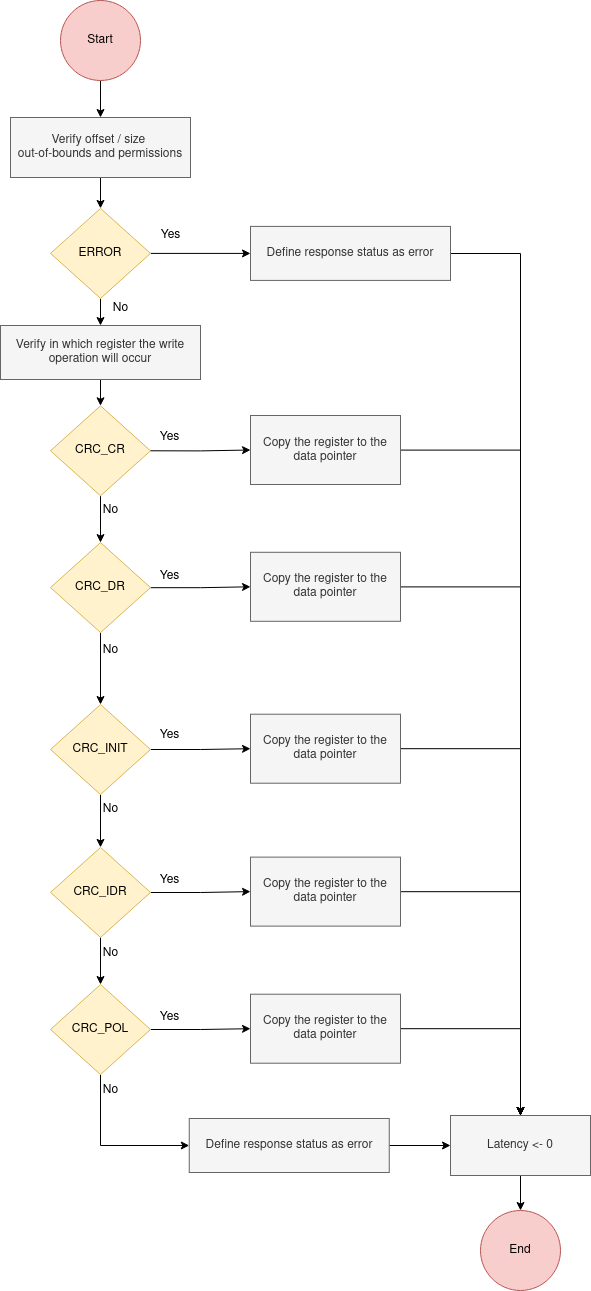
This is Images/CRC_read.png from HugoRibeiro-A88287-UM/MasterThesis, a draw.io export, as it was before one commit. Source tidied: cells renumbered, new cells last; positions are measured from the earlier drawing's top-left corner, leaving out a move shared by most shapes.
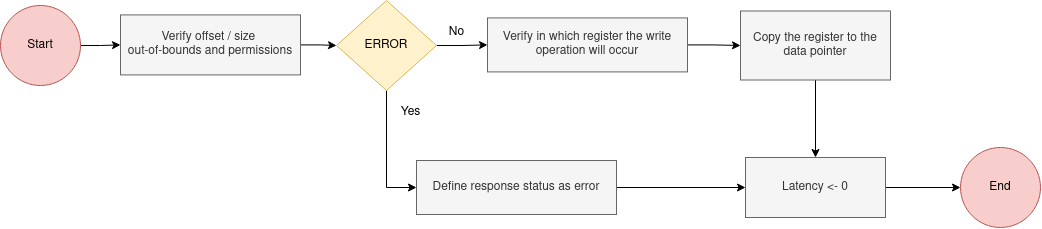
The same file after the commit.

Change to the diagram source:
```diff
@@ -2,172 +2,59 @@
   <root>
     <mxCell id="0" />
     <mxCell id="1" parent="0" />
-    <mxCell id="2" style="edgeStyle=orthogonalEdgeStyle;rounded=0;jettySize=auto;html=1;entryX=0.5;entryY=0;entryDx=0;entryDy=0;" parent="1" edge="1" source="3" target="7">
+    <mxCell id="2" style="edgeStyle=orthogonalEdgeStyle;rounded=0;jettySize=auto;html=1;entryX=0;entryY=0.5;entryDx=0;entryDy=0;" parent="1" edge="1" source="3" target="5">
       <mxGeometry relative="1" as="geometry" />
     </mxCell>
     <mxCell id="3" value="Start" style="ellipse;whiteSpace=wrap;html=1;fillColor=#f8cecc;strokeColor=#b85450;" parent="1" vertex="1">
-      <mxGeometry x="60" width="80" height="80" as="geometry" />
+      <mxGeometry x="-7" y="30" width="80" height="80" as="geometry" />
     </mxCell>
-    <mxCell id="4" value="Yes" style="text;html=1;align=center;verticalAlign=middle;strokeColor=none;fillColor=none;" parent="1" vertex="1">
-      <mxGeometry x="148.8" y="421.9" width="40" height="30" as="geometry" />
+    <mxCell id="4" style="edgeStyle=orthogonalEdgeStyle;rounded=0;jettySize=auto;html=1;" parent="1" edge="1" source="5" target="8">
+      <mxGeometry relative="1" as="geometry" />
     </mxCell>
-    <mxCell id="5" value="No" style="text;html=1;align=center;verticalAlign=middle;points=[];strokeColor=none;fillColor=none;" parent="1" vertex="1">
-      <mxGeometry x="90" y="495.4" width="40" height="30" as="geometry" />
+    <mxCell id="5" value="&lt;div&gt;Verify offset / size&amp;nbsp;&lt;/div&gt;&lt;div&gt;out-of-bounds and permissions&lt;/div&gt;" style="whiteSpace=wrap;html=1;fillColor=#f5f5f5;fontColor=#333333;strokeColor=#666666;" parent="1" vertex="1">
+      <mxGeometry x="113" y="39.4" width="180" height="60" as="geometry" />
     </mxCell>
-    <mxCell id="6" style="edgeStyle=orthogonalEdgeStyle;rounded=0;jettySize=auto;html=1;" parent="1" edge="1" source="7" target="10">
+    <mxCell id="6" style="edgeStyle=orthogonalEdgeStyle;rounded=0;jettySize=auto;html=1;entryX=0;entryY=0.5;entryDx=0;entryDy=0;" parent="1" edge="1" source="8" target="13">
       <mxGeometry relative="1" as="geometry" />
     </mxCell>
-    <mxCell id="7" value="&lt;div&gt;Verify offset / size&amp;nbsp;&lt;/div&gt;&lt;div&gt;out-of-bounds and permissions&lt;/div&gt;" style="whiteSpace=wrap;html=1;fillColor=#f5f5f5;fontColor=#333333;strokeColor=#666666;" parent="1" vertex="1">
-      <mxGeometry x="10" y="117" width="180" height="60" as="geometry" />
+    <mxCell id="7" style="edgeStyle=orthogonalEdgeStyle;rounded=0;jettySize=auto;html=1;entryX=0;entryY=0.5;entryDx=0;entryDy=0;" parent="1" edge="1" source="8" target="17">
+      <mxGeometry relative="1" as="geometry" />
     </mxCell>
-    <mxCell id="8" style="edgeStyle=orthogonalEdgeStyle;rounded=0;jettySize=auto;html=1;" parent="1" edge="1" source="10" target="21">
-      <mxGeometry relative="1" as="geometry" />
+    <mxCell id="8" value="ERROR" style="rhombus;whiteSpace=wrap;html=1;fillColor=#fff2cc;strokeColor=#d6b656;" parent="1" vertex="1">
+      <mxGeometry x="329" y="25" width="100" height="90" as="geometry" />
     </mxCell>
-    <mxCell id="9" style="edgeStyle=orthogonalEdgeStyle;rounded=0;jettySize=auto;html=1;entryX=0.5;entryY=0;entryDx=0;entryDy=0;" parent="1" edge="1" source="10" target="44">
-      <mxGeometry relative="1" as="geometry" />
+    <mxCell id="9" value="End" style="ellipse;whiteSpace=wrap;html=1;rounded=0;fillColor=#f8cecc;strokeColor=#b85450;" parent="1" vertex="1">
+      <mxGeometry x="953" y="172" width="80" height="80" as="geometry" />
     </mxCell>
-    <mxCell id="10" value="ERROR" style="rhombus;whiteSpace=wrap;html=1;fillColor=#fff2cc;strokeColor=#d6b656;" parent="1" vertex="1">
-      <mxGeometry x="50" y="207.9" width="100" height="90" as="geometry" />
+    <mxCell id="10" style="edgeStyle=orthogonalEdgeStyle;rounded=0;jettySize=auto;html=1;" parent="1" edge="1" source="11" target="15">
+      <mxGeometry relative="1" as="geometry" />
     </mxCell>
-    <mxCell id="11" style="edgeStyle=orthogonalEdgeStyle;rounded=0;jettySize=auto;html=1;entryX=0.5;entryY=0;entryDx=0;entryDy=0;" parent="1" edge="1" source="12" target="36">
-      <mxGeometry relative="1" as="geometry" />
+    <mxCell id="11" value="Copy the register to the data pointer" style="whiteSpace=wrap;html=1;fillColor=#f5f5f5;fontColor=#333333;strokeColor=#666666;" parent="1" vertex="1">
+      <mxGeometry x="733" y="35.5" width="150" height="69" as="geometry" />
     </mxCell>
-    <mxCell id="12" value="CRC_CR" style="rhombus;whiteSpace=wrap;html=1;fillColor=#fff2cc;strokeColor=#d6b656;" parent="1" vertex="1">
-      <mxGeometry x="50" y="405.3" width="100" height="90" as="geometry" />
+    <mxCell id="12" style="edgeStyle=orthogonalEdgeStyle;rounded=0;jettySize=auto;html=1;entryX=0;entryY=0.5;entryDx=0;entryDy=0;" parent="1" edge="1" source="13" target="15">
+      <mxGeometry relative="1" as="geometry" />
     </mxCell>
-    <mxCell id="13" style="edgeStyle=orthogonalEdgeStyle;rounded=0;jettySize=auto;html=1;entryX=0;entryY=0.5;entryDx=0;entryDy=0;" parent="1" edge="1" source="15" target="23">
-      <mxGeometry relative="1" as="geometry" />
+    <mxCell id="13" value="Define response status as error" style="whiteSpace=wrap;html=1;fillColor=#f5f5f5;strokeColor=#666666;fontColor=#333333;" parent="1" vertex="1">
+      <mxGeometry x="409" y="185" width="200" height="54" as="geometry" />
     </mxCell>
-    <mxCell id="14" style="edgeStyle=orthogonalEdgeStyle;rounded=0;jettySize=auto;html=1;" parent="1" edge="1" source="15" target="26">
+    <mxCell id="14" style="edgeStyle=orthogonalEdgeStyle;rounded=0;jettySize=auto;html=1;entryX=0;entryY=0.5;entryDx=0;entryDy=0;" parent="1" edge="1" source="15" target="9">
       <mxGeometry relative="1" as="geometry" />
     </mxCell>
-    <mxCell id="15" value="CRC_INIT" style="rhombus;whiteSpace=wrap;html=1;fillColor=#fff2cc;strokeColor=#d6b656;" parent="1" vertex="1">
-      <mxGeometry x="50" y="704" width="100" height="90" as="geometry" />
+    <mxCell id="15" value="Latency &amp;lt;- 0" style="whiteSpace=wrap;html=1;fillColor=#f5f5f5;strokeColor=#666666;fontColor=#333333;" parent="1" vertex="1">
+      <mxGeometry x="738" y="182" width="140" height="60" as="geometry" />
     </mxCell>
-    <mxCell id="16" style="edgeStyle=orthogonalEdgeStyle;rounded=0;jettySize=auto;html=1;entryX=0;entryY=0.5;entryDx=0;entryDy=0;exitX=1;exitY=0.5;exitDx=0;exitDy=0;" parent="1" edge="1" source="12" target="19">
+    <mxCell id="16" style="edgeStyle=orthogonalEdgeStyle;rounded=0;jettySize=auto;html=1;entryX=0;entryY=0.5;entryDx=0;entryDy=0;exitX=1;exitY=0.5;exitDx=0;exitDy=0;" parent="1" edge="1" source="17" target="11">
       <mxGeometry relative="1" as="geometry" />
     </mxCell>
-    <mxCell id="17" value="End" style="ellipse;whiteSpace=wrap;html=1;rounded=0;fillColor=#f8cecc;strokeColor=#b85450;" parent="1" vertex="1">
-      <mxGeometry x="480" y="1210" width="80" height="80" as="geometry" />
+    <mxCell id="17" value="Verify in which register the write operation will occur" style="whiteSpace=wrap;html=1;fillColor=#f5f5f5;strokeColor=#666666;fontColor=#333333;" parent="1" vertex="1">
+      <mxGeometry x="480" y="42.4" width="200" height="54" as="geometry" />
     </mxCell>
-    <mxCell id="18" style="edgeStyle=orthogonalEdgeStyle;rounded=0;jettySize=auto;html=1;entryX=0.5;entryY=0;entryDx=0;entryDy=0;" parent="1" edge="1" source="19" target="42">
-      <mxGeometry relative="1" as="geometry" />
+    <mxCell id="18" value="Yes" style="text;html=1;align=center;verticalAlign=middle;strokeColor=none;fillColor=none;" parent="1" vertex="1">
+      <mxGeometry x="383" y="121.6" width="40" height="30" as="geometry" />
     </mxCell>
-    <mxCell id="19" value="Copy the register to the data pointer" style="whiteSpace=wrap;html=1;fillColor=#f5f5f5;fontColor=#333333;strokeColor=#666666;" parent="1" vertex="1">
-      <mxGeometry x="250" y="415" width="150" height="69" as="geometry" />
+    <mxCell id="19" value="No" style="text;html=1;align=center;verticalAlign=middle;points=[];strokeColor=none;fillColor=none;" parent="1" vertex="1">
+      <mxGeometry x="429" y="42.4" width="40" height="30" as="geometry" />
     </mxCell>
-    <mxCell id="20" style="edgeStyle=orthogonalEdgeStyle;rounded=0;jettySize=auto;html=1;entryX=0.5;entryY=0;entryDx=0;entryDy=0;" parent="1" edge="1" source="21" target="42">
-      <mxGeometry relative="1" as="geometry">
-        <Array as="points">
-          <mxPoint x="520" y="253" />
-        </Array>
-      </mxGeometry>
-    </mxCell>
-    <mxCell id="21" value="Define response status as error" style="whiteSpace=wrap;html=1;fillColor=#f5f5f5;strokeColor=#666666;fontColor=#333333;" parent="1" vertex="1">
-      <mxGeometry x="250" y="225.9" width="200" height="54" as="geometry" />
-    </mxCell>
-    <mxCell id="22" style="edgeStyle=orthogonalEdgeStyle;rounded=0;jettySize=auto;html=1;entryX=0.5;entryY=0;entryDx=0;entryDy=0;" parent="1" edge="1" source="23" target="42">
-      <mxGeometry relative="1" as="geometry" />
-    </mxCell>
-    <mxCell id="23" value="Copy the register to the data pointer" style="whiteSpace=wrap;html=1;fillColor=#f5f5f5;fontColor=#333333;strokeColor=#666666;" parent="1" vertex="1">
-      <mxGeometry x="250" y="713.7" width="150" height="69" as="geometry" />
-    </mxCell>
-    <mxCell id="24" style="edgeStyle=orthogonalEdgeStyle;rounded=0;jettySize=auto;html=1;entryX=0;entryY=0.5;entryDx=0;entryDy=0;" parent="1" edge="1" source="26" target="28">
-      <mxGeometry relative="1" as="geometry" />
-    </mxCell>
-    <mxCell id="25" style="edgeStyle=orthogonalEdgeStyle;rounded=0;jettySize=auto;html=1;" parent="1" edge="1" source="26" target="31">
-      <mxGeometry relative="1" as="geometry" />
-    </mxCell>
-    <mxCell id="26" value="CRC_IDR" style="rhombus;whiteSpace=wrap;html=1;fillColor=#fff2cc;strokeColor=#d6b656;" parent="1" vertex="1">
-      <mxGeometry x="50" y="846.9" width="100" height="90" as="geometry" />
-    </mxCell>
-    <mxCell id="27" style="edgeStyle=orthogonalEdgeStyle;rounded=0;jettySize=auto;html=1;entryX=0.5;entryY=0;entryDx=0;entryDy=0;" parent="1" edge="1" source="28" target="42">
-      <mxGeometry relative="1" as="geometry" />
-    </mxCell>
-    <mxCell id="28" value="Copy the register to the data pointer" style="whiteSpace=wrap;html=1;fillColor=#f5f5f5;fontColor=#333333;strokeColor=#666666;" parent="1" vertex="1">
-      <mxGeometry x="250" y="856.6" width="150" height="69" as="geometry" />
-    </mxCell>
-    <mxCell id="29" style="edgeStyle=orthogonalEdgeStyle;rounded=0;jettySize=auto;html=1;entryX=0;entryY=0.5;entryDx=0;entryDy=0;" parent="1" edge="1" source="31" target="33">
-      <mxGeometry relative="1" as="geometry" />
-    </mxCell>
-    <mxCell id="30" style="edgeStyle=orthogonalEdgeStyle;rounded=0;jettySize=auto;html=1;entryX=0;entryY=0.5;entryDx=0;entryDy=0;" parent="1" edge="1" source="31" target="40">
-      <mxGeometry relative="1" as="geometry">
-        <Array as="points">
-          <mxPoint x="100" y="1145.4" />
-        </Array>
-      </mxGeometry>
-    </mxCell>
-    <mxCell id="31" value="CRC_POL" style="rhombus;whiteSpace=wrap;html=1;fillColor=#fff2cc;strokeColor=#d6b656;" parent="1" vertex="1">
-      <mxGeometry x="50" y="984" width="100" height="90" as="geometry" />
-    </mxCell>
-    <mxCell id="32" style="edgeStyle=orthogonalEdgeStyle;rounded=0;jettySize=auto;html=1;entryX=0.5;entryY=0;entryDx=0;entryDy=0;" parent="1" edge="1" source="33" target="42">
-      <mxGeometry relative="1" as="geometry" />
-    </mxCell>
-    <mxCell id="33" value="Copy the register to the data pointer" style="whiteSpace=wrap;html=1;fillColor=#f5f5f5;fontColor=#333333;strokeColor=#666666;" parent="1" vertex="1">
-      <mxGeometry x="250" y="993.7" width="150" height="69" as="geometry" />
-    </mxCell>
-    <mxCell id="34" style="edgeStyle=orthogonalEdgeStyle;rounded=0;jettySize=auto;html=1;entryX=0;entryY=0.5;entryDx=0;entryDy=0;" parent="1" edge="1" source="36" target="38">
-      <mxGeometry relative="1" as="geometry" />
-    </mxCell>
-    <mxCell id="35" style="edgeStyle=orthogonalEdgeStyle;rounded=0;jettySize=auto;html=1;entryX=0.5;entryY=0;entryDx=0;entryDy=0;" parent="1" edge="1" source="36" target="15">
-      <mxGeometry relative="1" as="geometry" />
-    </mxCell>
-    <mxCell id="36" value="CRC_DR" style="rhombus;whiteSpace=wrap;html=1;fillColor=#fff2cc;strokeColor=#d6b656;" parent="1" vertex="1">
-      <mxGeometry x="50" y="542.1" width="100" height="90" as="geometry" />
-    </mxCell>
-    <mxCell id="37" style="edgeStyle=orthogonalEdgeStyle;rounded=0;jettySize=auto;html=1;entryX=0.5;entryY=0;entryDx=0;entryDy=0;" parent="1" edge="1" source="38" target="42">
-      <mxGeometry relative="1" as="geometry" />
-    </mxCell>
-    <mxCell id="38" value="Copy the register to the data pointer" style="whiteSpace=wrap;html=1;fillColor=#f5f5f5;fontColor=#333333;strokeColor=#666666;" parent="1" vertex="1">
-      <mxGeometry x="250" y="551.8" width="150" height="69" as="geometry" />
-    </mxCell>
-    <mxCell id="39" style="edgeStyle=orthogonalEdgeStyle;rounded=0;jettySize=auto;html=1;entryX=0;entryY=0.5;entryDx=0;entryDy=0;" parent="1" edge="1" source="40" target="42">
-      <mxGeometry relative="1" as="geometry" />
-    </mxCell>
-    <mxCell id="40" value="Define response status as error" style="whiteSpace=wrap;html=1;fillColor=#f5f5f5;strokeColor=#666666;fontColor=#333333;" parent="1" vertex="1">
-      <mxGeometry x="188.8" y="1118" width="200" height="54" as="geometry" />
-    </mxCell>
-    <mxCell id="41" style="edgeStyle=orthogonalEdgeStyle;rounded=0;jettySize=auto;html=1;entryX=0.5;entryY=0;entryDx=0;entryDy=0;" parent="1" edge="1" source="42" target="17">
-      <mxGeometry relative="1" as="geometry" />
-    </mxCell>
-    <mxCell id="42" value="Latency &amp;lt;- 0" style="whiteSpace=wrap;html=1;fillColor=#f5f5f5;strokeColor=#666666;fontColor=#333333;" parent="1" vertex="1">
-      <mxGeometry x="450" y="1115" width="140" height="60" as="geometry" />
-    </mxCell>
-    <mxCell id="43" style="edgeStyle=orthogonalEdgeStyle;rounded=0;jettySize=auto;html=1;entryX=0.5;entryY=0;entryDx=0;entryDy=0;" parent="1" edge="1" source="44" target="12">
-      <mxGeometry relative="1" as="geometry" />
-    </mxCell>
-    <mxCell id="44" value="Verify in which register the write operation will occur" style="whiteSpace=wrap;html=1;fillColor=#f5f5f5;strokeColor=#666666;fontColor=#333333;" parent="1" vertex="1">
-      <mxGeometry y="325" width="200" height="54" as="geometry" />
-    </mxCell>
-    <mxCell id="45" value="Yes" style="text;html=1;align=center;verticalAlign=middle;strokeColor=none;fillColor=none;" parent="1" vertex="1">
-      <mxGeometry x="150" y="220" width="40" height="30" as="geometry" />
-    </mxCell>
-    <mxCell id="46" value="No" style="text;html=1;align=center;verticalAlign=middle;strokeColor=none;fillColor=none;" parent="1" vertex="1">
-      <mxGeometry x="100" y="292.9" width="40" height="30" as="geometry" />
-    </mxCell>
-    <mxCell id="47" value="Yes" style="text;html=1;align=center;verticalAlign=middle;strokeColor=none;fillColor=none;" parent="1" vertex="1">
-      <mxGeometry x="148.8" y="561.2" width="40" height="30" as="geometry" />
-    </mxCell>
-    <mxCell id="48" value="No" style="text;html=1;align=center;verticalAlign=middle;strokeColor=none;fillColor=none;" parent="1" vertex="1">
-      <mxGeometry x="90" y="634.6" width="40" height="30" as="geometry" />
-    </mxCell>
-    <mxCell id="49" value="Yes" style="text;html=1;align=center;verticalAlign=middle;strokeColor=none;fillColor=none;" parent="1" vertex="1">
-      <mxGeometry x="148.8" y="720.4" width="40" height="30" as="geometry" />
-    </mxCell>
-    <mxCell id="50" value="No" style="text;html=1;align=center;verticalAlign=middle;strokeColor=none;fillColor=none;" parent="1" vertex="1">
-      <mxGeometry x="90" y="793.9" width="40" height="30" as="geometry" />
-    </mxCell>
-    <mxCell id="51" value="Yes" style="text;html=1;align=center;verticalAlign=middle;strokeColor=none;fillColor=none;" parent="1" vertex="1">
-      <mxGeometry x="148.8" y="865" width="40" height="30" as="geometry" />
-    </mxCell>
-    <mxCell id="52" value="No" style="text;html=1;align=center;verticalAlign=middle;strokeColor=none;fillColor=none;" parent="1" vertex="1">
-      <mxGeometry x="90" y="938.5" width="40" height="30" as="geometry" />
-    </mxCell>
-    <mxCell id="53" value="Yes" style="text;html=1;align=center;verticalAlign=middle;strokeColor=none;fillColor=none;" parent="1" vertex="1">
-      <mxGeometry x="148.8" y="1001.5" width="40" height="30" as="geometry" />
-    </mxCell>
-    <mxCell id="54" value="No" style="text;html=1;align=center;verticalAlign=middle;strokeColor=none;fillColor=none;" parent="1" vertex="1">
-      <mxGeometry x="90" y="1075" width="40" height="30" as="geometry" />
-    </mxCell>
   </root>
 </mxGraphModel>
```
